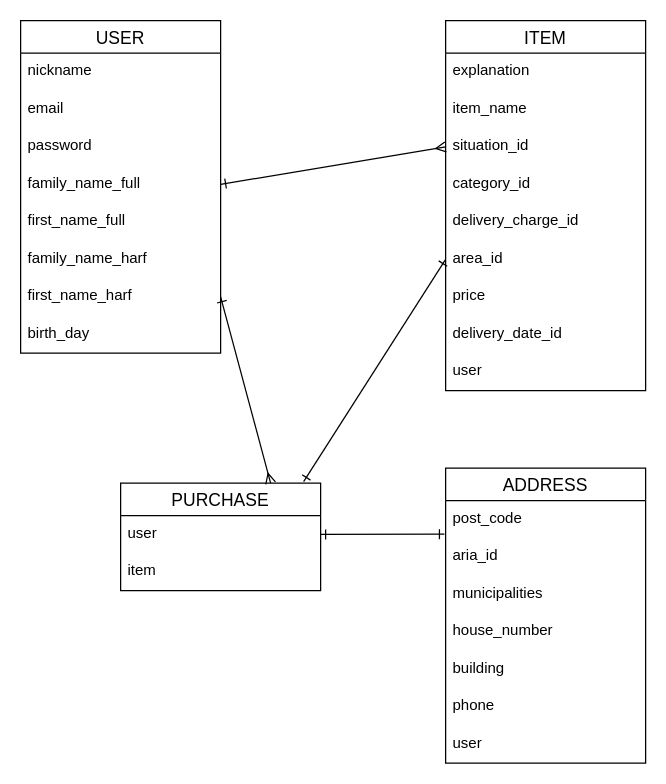
toribettori/furima-38359 keeps this draw.io diagram as furima-er.dio. Above is the earlier version. Source tidied: cells renumbered, new cells numbered last; positions are measured from the earlier drawing's top-left corner, leaving out a move shared by most shapes. Both pictures are drawn from the tidied source at 125%, with x=0, y=0 at pixel (20, 20).
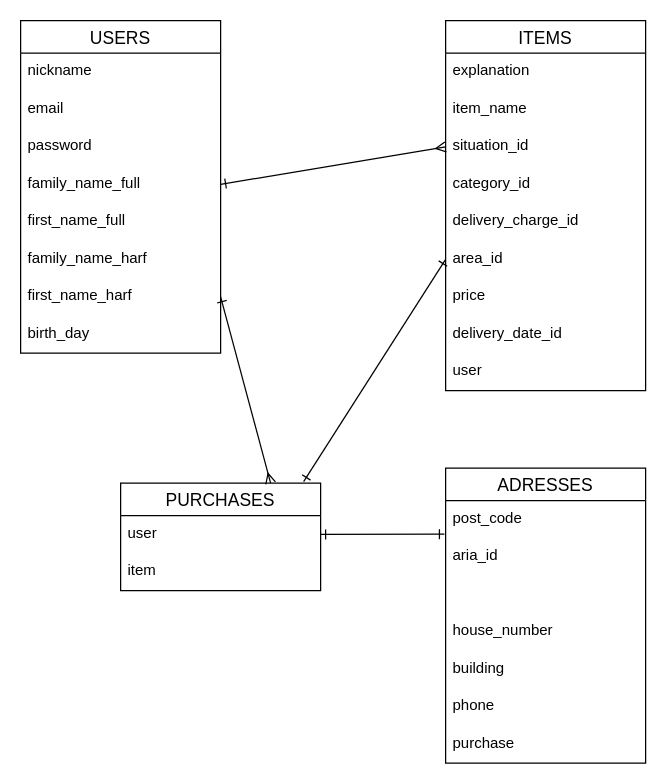
The same page after the edit.

Commit message (it also covers changes not shown here):
er図とread meの修正#2

The edit, as a diff of the source:
```diff
@@
-    <mxCell id="2" value="USER" style="swimlane;fontStyle=0;horizontal=1;startSize=26;align=center;fontSize=14;strokeColor=default;" parent="1" vertex="1">
+    <mxCell id="2" value="USERS" style="swimlane;fontStyle=0;horizontal=1;startSize=26;align=center;fontSize=14;strokeColor=default;" parent="1" vertex="1">
       <mxGeometry width="160" height="266" as="geometry" />
     </mxCell>
@@
-    <mxCell id="12" value="ITEM" style="swimlane;fontStyle=0;horizontal=1;startSize=26;align=center;fontSize=14;strokeColor=default;" parent="1" vertex="1">
+    <mxCell id="12" value="ITEMS" style="swimlane;fontStyle=0;horizontal=1;startSize=26;align=center;fontSize=14;strokeColor=default;" parent="1" vertex="1">
       <mxGeometry x="340" width="160" height="296" as="geometry" />
     </mxCell>
@@
-    <mxCell id="25" value="PURCHASE" style="swimlane;fontStyle=0;horizontal=1;startSize=26;align=center;fontSize=14;strokeColor=default;" parent="1" vertex="1">
+    <mxCell id="25" value="PURCHASES" style="swimlane;fontStyle=0;horizontal=1;startSize=26;align=center;fontSize=14;strokeColor=default;" parent="1" vertex="1">
       <mxGeometry x="80" y="370" width="160" height="86" as="geometry" />
     </mxCell>
@@
-    <mxCell id="28" value="ADDRESS" style="swimlane;fontStyle=0;horizontal=1;startSize=26;align=center;fontSize=14;strokeColor=default;" parent="1" vertex="1">
+    <mxCell id="28" value="ADRESSES" style="swimlane;fontStyle=0;horizontal=1;startSize=26;align=center;fontSize=14;strokeColor=default;" parent="1" vertex="1">
       <mxGeometry x="340" y="358" width="160" height="236" as="geometry" />
     </mxCell>
@@
-    <mxCell id="31" value="municipalities" style="text;strokeColor=none;fillColor=none;spacingLeft=4;spacingRight=4;overflow=hidden;fontSize=12;" parent="28" vertex="1">
+    <mxCell id="31" value="municipality" style="text;strokeColor=none;fillColor=none;spacingLeft=4;spacingRight=4;overflow=hidden;fontSize=12;fontColor=none;noLabel=1;" parent="28" vertex="1">
       <mxGeometry y="86" width="160" height="30" as="geometry" />
     </mxCell>
@@
-    <mxCell id="35" value="user" style="text;strokeColor=none;fillColor=none;spacingLeft=4;spacingRight=4;overflow=hidden;fontSize=12;" parent="28" vertex="1">
+    <mxCell id="35" value="purchase" style="text;strokeColor=none;fillColor=none;spacingLeft=4;spacingRight=4;overflow=hidden;fontSize=12;" parent="28" vertex="1">
       <mxGeometry y="206" width="160" height="30" as="geometry" />
     </mxCell>
```
